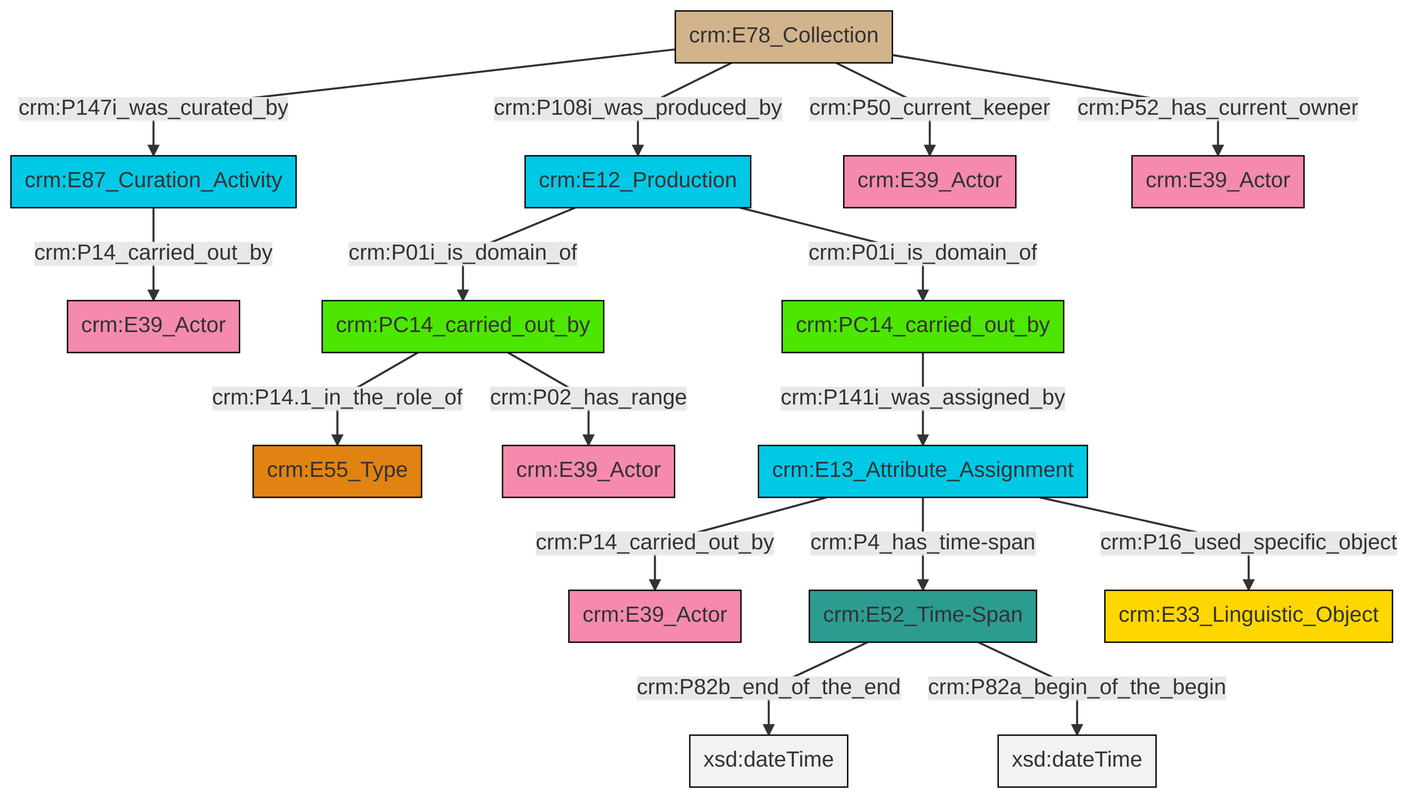
Above: et/archivalCSV/ttl/mmd/png/archival_relation.png in swiss-art-research-net/docs.swissartresearch (Mermaid), before the change. Its source is kept beside it as et/archivalCSV/ttl/mmd/archival_relation.ttl.mmd.
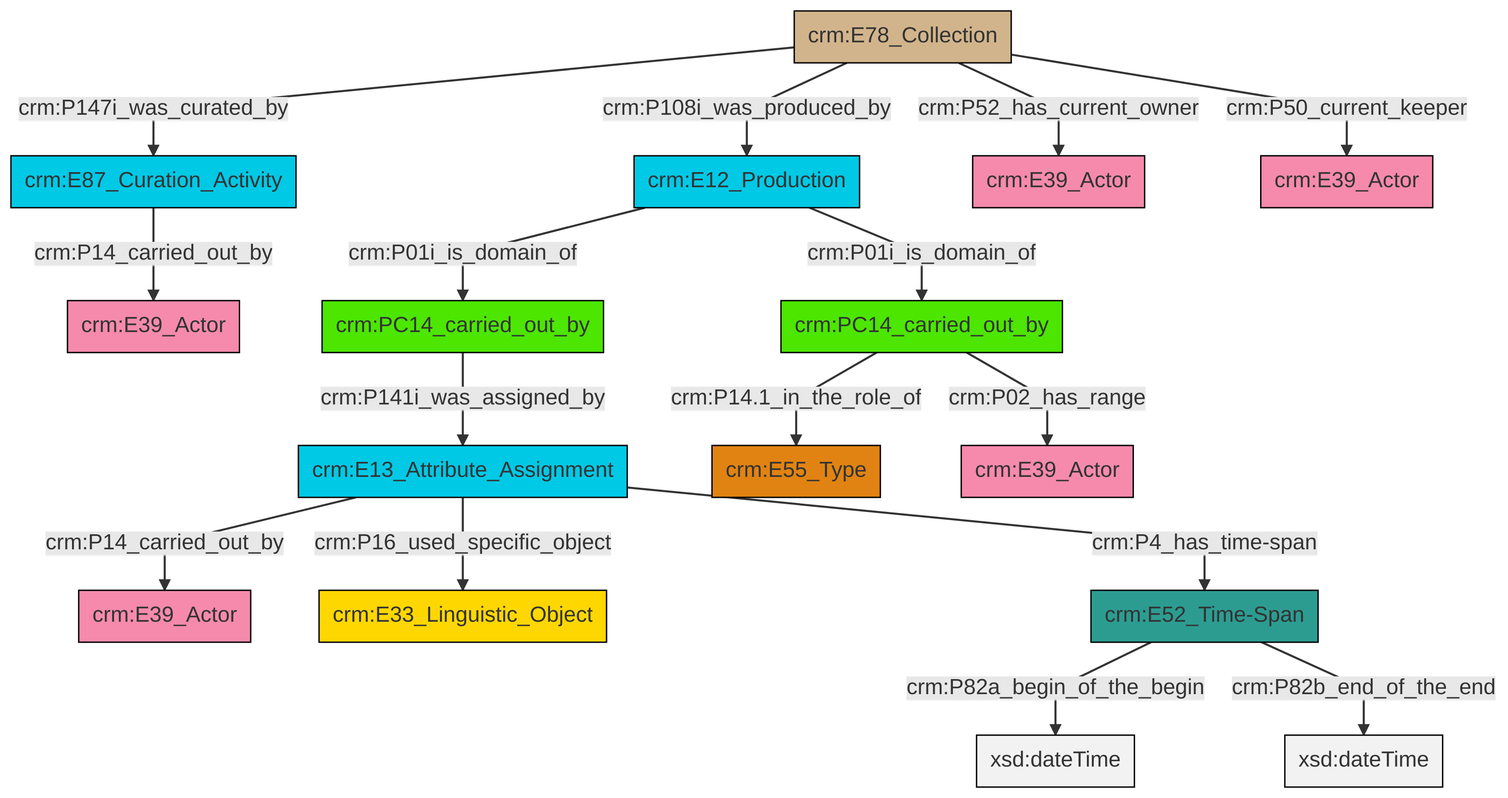
The same diagram one commit later.

The edit, as a diff of the source:
```diff
@@ -13,18 +13,18 @@
 classDef PC_Classes fill:#4ce600, stroke:#000000;
 classDef Multi fill:#cccccc,stroke:#000000;
 
-0["crm:E13_Attribute_Assignment"]:::Temporal_Entity -->|crm:P14_carried_out_by| 1["crm:E39_Actor"]:::Actor
-0["crm:E13_Attribute_Assignment"]:::Temporal_Entity -->|crm:P4_has_time-span| 2["crm:E52_Time-Span"]:::Time-Span
-3["crm:E78_Collection"]:::Physical_Thing -->|crm:P147i_was_curated_by| 4["crm:E87_Curation_Activity"]:::Temporal_Entity
-0["crm:E13_Attribute_Assignment"]:::Temporal_Entity -->|crm:P16_used_specific_object| 6["crm:E33_Linguistic_Object"]:::Conceptual_Object
+0["crm:E12_Production"]:::Temporal_Entity -->|crm:P01i_is_domain_of| 1["crm:PC14_carried_out_by"]:::PC_Classes
 7["crm:PC14_carried_out_by"]:::PC_Classes -->|crm:P14.1_in_the_role_of| 8["crm:E55_Type"]:::Type
-12["crm:E12_Production"]:::Temporal_Entity -->|crm:P01i_is_domain_of| 7["crm:PC14_carried_out_by"]:::PC_Classes
-4["crm:E87_Curation_Activity"]:::Temporal_Entity -->|crm:P14_carried_out_by| 13["crm:E39_Actor"]:::Actor
-3["crm:E78_Collection"]:::Physical_Thing -->|crm:P108i_was_produced_by| 12["crm:E12_Production"]:::Temporal_Entity
-3["crm:E78_Collection"]:::Physical_Thing -->|crm:P50_current_keeper| 16["crm:E39_Actor"]:::Actor
-2["crm:E52_Time-Span"]:::Time-Span -->|crm:P82b_end_of_the_end| 18[xsd:dateTime]:::Literal
-19["crm:PC14_carried_out_by"]:::PC_Classes -->|crm:P141i_was_assigned_by| 0["crm:E13_Attribute_Assignment"]:::Temporal_Entity
-3["crm:E78_Collection"]:::Physical_Thing -->|crm:P52_has_current_owner| 25["crm:E39_Actor"]:::Actor
-12["crm:E12_Production"]:::Temporal_Entity -->|crm:P01i_is_domain_of| 19["crm:PC14_carried_out_by"]:::PC_Classes
-2["crm:E52_Time-Span"]:::Time-Span -->|crm:P82a_begin_of_the_begin| 29[xsd:dateTime]:::Literal
-7["crm:PC14_carried_out_by"]:::PC_Classes -->|crm:P02_has_range| 9["crm:E39_Actor"]:::Actor
+9["crm:E78_Collection"]:::Physical_Thing -->|crm:P147i_was_curated_by| 2["crm:E87_Curation_Activity"]:::Temporal_Entity
+9["crm:E78_Collection"]:::Physical_Thing -->|crm:P108i_was_produced_by| 0["crm:E12_Production"]:::Temporal_Entity
+13["crm:E13_Attribute_Assignment"]:::Temporal_Entity -->|crm:P14_carried_out_by| 5["crm:E39_Actor"]:::Actor
+9["crm:E78_Collection"]:::Physical_Thing -->|crm:P52_has_current_owner| 10["crm:E39_Actor"]:::Actor
+13["crm:E13_Attribute_Assignment"]:::Temporal_Entity -->|crm:P16_used_specific_object| 15["crm:E33_Linguistic_Object"]:::Conceptual_Object
+16["crm:E52_Time-Span"]:::Time-Span -->|crm:P82a_begin_of_the_begin| 17[xsd:dateTime]:::Literal
+7["crm:PC14_carried_out_by"]:::PC_Classes -->|crm:P02_has_range| 18["crm:E39_Actor"]:::Actor
+0["crm:E12_Production"]:::Temporal_Entity -->|crm:P01i_is_domain_of| 7["crm:PC14_carried_out_by"]:::PC_Classes
+16["crm:E52_Time-Span"]:::Time-Span -->|crm:P82b_end_of_the_end| 21[xsd:dateTime]:::Literal
+9["crm:E78_Collection"]:::Physical_Thing -->|crm:P50_current_keeper| 22["crm:E39_Actor"]:::Actor
+13["crm:E13_Attribute_Assignment"]:::Temporal_Entity -->|crm:P4_has_time-span| 16["crm:E52_Time-Span"]:::Time-Span
+2["crm:E87_Curation_Activity"]:::Temporal_Entity -->|crm:P14_carried_out_by| 19["crm:E39_Actor"]:::Actor
+1["crm:PC14_carried_out_by"]:::PC_Classes -->|crm:P141i_was_assigned_by| 13["crm:E13_Attribute_Assignment"]:::Temporal_Entity
```
